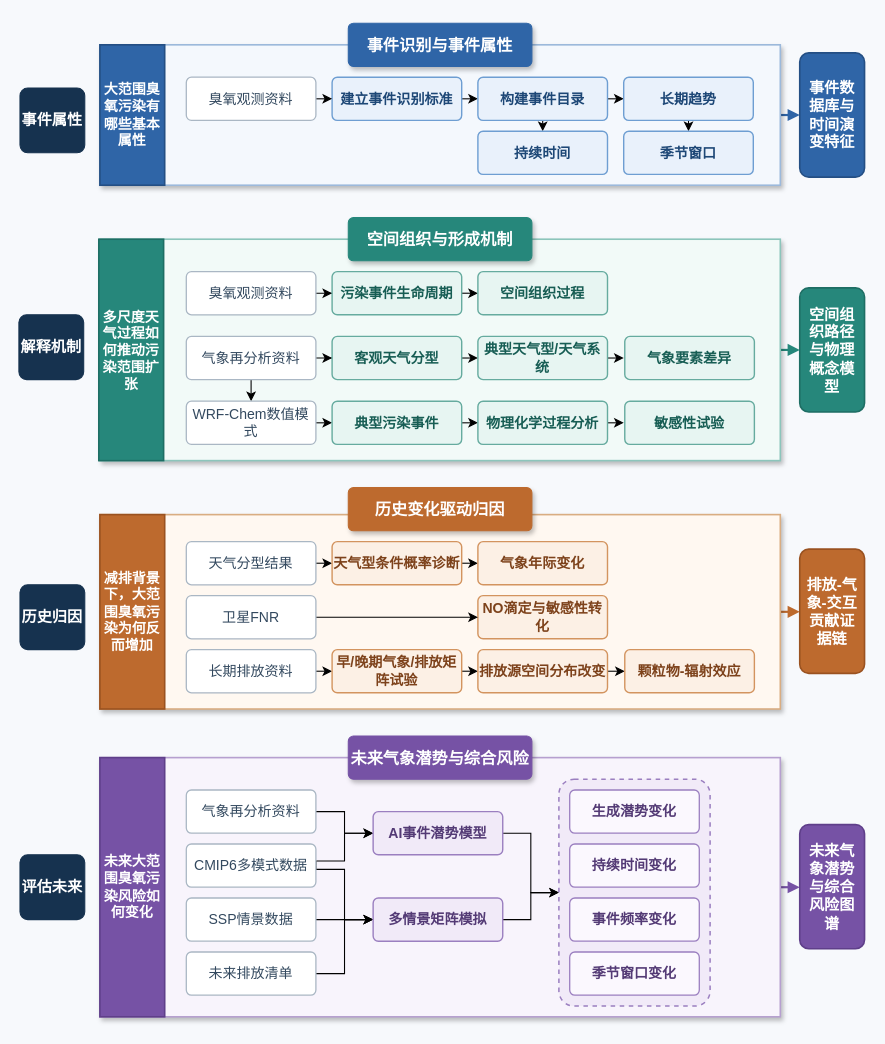
Before: page "第 1 页" (1 of 2) of 绘图v2.drawio in abc12580abc/workflow, a draw.io diagram. Source tidied: cells renumbered, new cells numbered last; positions are measured from the earlier drawing's top-left corner, leaving out a move shared by most shapes. Both pictures are drawn from the tidied source at 108%, with x=0, y=0 at pixel (18, 23).
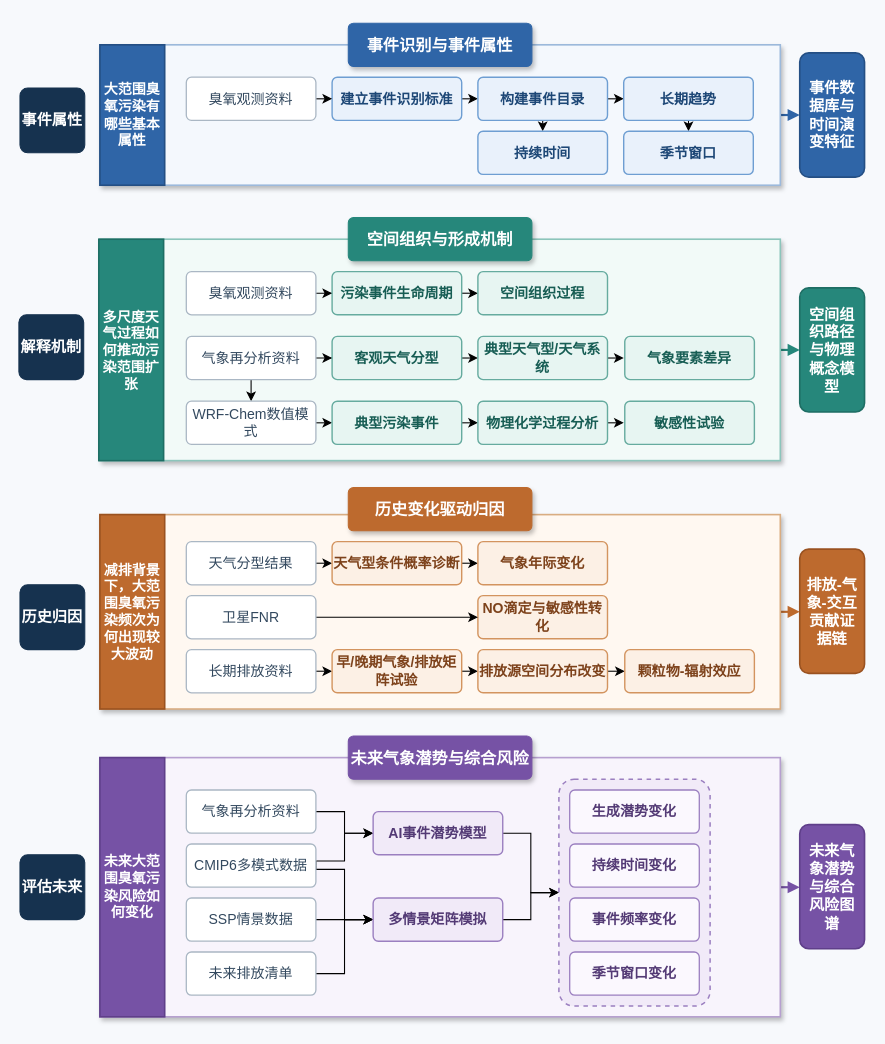
Above is the later version.

Diff of the diagram source:
```diff
@@
-    <mxCell id="12" value="减排背景下，大范围臭氧污染为何反而增加" style="rounded=1;whiteSpace=wrap;html=1;arcSize=0;fillColor=#BD6A2E;strokeColor=#9A5220;strokeWidth=1.5;fontColor=#FFFFFF;fontFamily=Microsoft YaHei;fontSize=13;fontStyle=1;align=center;verticalAlign=middle;spacing=5;" parent="1" vertex="1">
+    <mxCell id="12" value="减排背景下，大范围臭氧污染频次为何出现较大波动" style="rounded=1;whiteSpace=wrap;html=1;arcSize=0;fillColor=#BD6A2E;strokeColor=#9A5220;strokeWidth=1.5;fontColor=#FFFFFF;fontFamily=Microsoft YaHei;fontSize=13;fontStyle=1;align=center;verticalAlign=middle;spacing=5;" parent="1" vertex="1">
       <mxGeometry x="75" y="455" width="60" height="180" as="geometry" />
     </mxCell>
```
